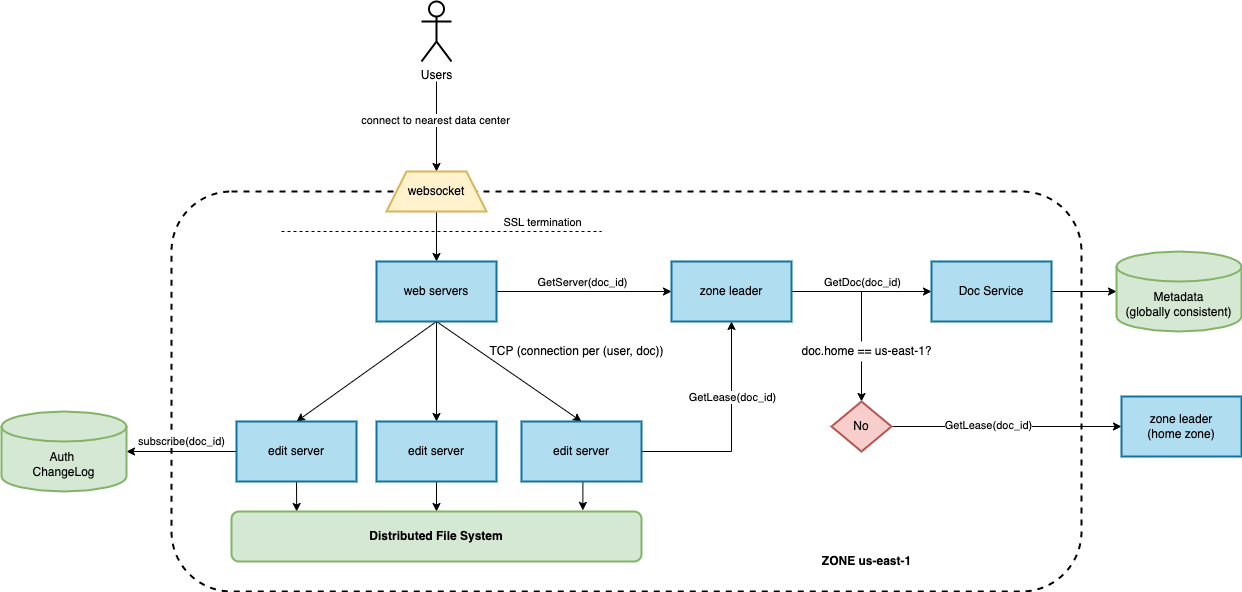
Above: diagrams/webdocs_edits.png in alexsteele/designs (draw.io), before the change. Source tidied: cells renumbered, new cells last; positions are measured from the earlier drawing's top-left corner, leaving out a move shared by most shapes.
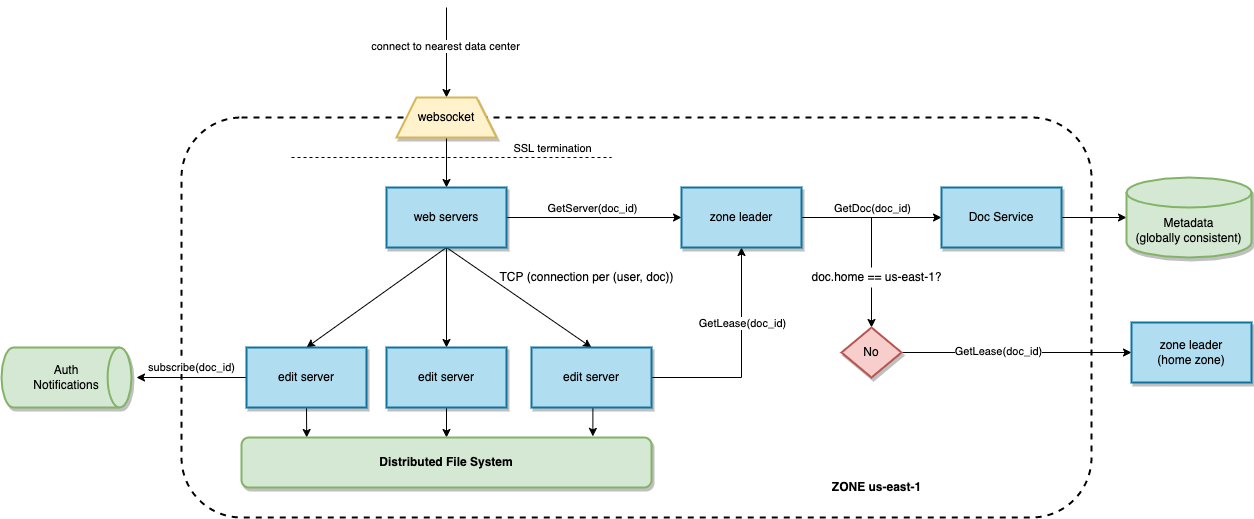
The same file after the commit.

Commit message:
Restyle webdocs

The edit, as a diff of the source:
```diff
@@ -5,7 +5,7 @@
     <mxCell id="2" style="rounded=1;whiteSpace=wrap;html=1;strokeWidth=2;verticalAlign=bottom;fontStyle=0;dashed=1;align=center;labelPosition=right;verticalLabelPosition=top;" parent="1" vertex="1">
       <mxGeometry x="170" y="190" width="910" height="400" as="geometry" />
     </mxCell>
-    <mxCell id="3" style="edgeStyle=none;rounded=0;jettySize=auto;html=1;entryX=0.5;entryY=0;entryDx=0;entryDy=0;" parent="1" edge="1" target="7">
+    <mxCell id="3" style="edgeStyle=none;rounded=0;jettySize=auto;html=1;entryX=0.5;entryY=0;entryDx=0;entryDy=0;" parent="1" edge="1" target="6">
       <mxGeometry relative="1" as="geometry">
         <mxPoint x="435" y="80" as="sourcePoint" />
       </mxGeometry>
@@ -13,122 +13,121 @@
     <mxCell id="4" value="connect to nearest data center" style="edgeLabel;html=1;align=center;verticalAlign=middle;" parent="3" vertex="1">
       <mxGeometry x="-0.15" y="-2" relative="1" as="geometry" />
     </mxCell>
-    <mxCell id="5" value="Users" style="shape=umlActor;verticalLabelPosition=bottom;verticalAlign=top;html=1;strokeColor=#000000;strokeWidth=2;" parent="1" vertex="1">
-      <mxGeometry x="420" width="30" height="60" as="geometry" />
+    <mxCell id="5" style="edgeStyle=none;rounded=0;jettySize=auto;html=1;exitX=0.5;exitY=1;exitDx=0;exitDy=0;entryX=0.5;entryY=0;entryDx=0;entryDy=0;" parent="1" edge="1" source="6" target="12">
+      <mxGeometry relative="1" as="geometry" />
     </mxCell>
-    <mxCell id="6" style="edgeStyle=none;rounded=0;jettySize=auto;html=1;exitX=0.5;exitY=1;exitDx=0;exitDy=0;entryX=0.5;entryY=0;entryDx=0;entryDy=0;" parent="1" edge="1" source="7" target="13">
-      <mxGeometry relative="1" as="geometry" />
+    <mxCell id="6" value="websocket" style="shape=trapezoid;perimeter=trapezoidPerimeter;whiteSpace=wrap;html=1;fixedSize=1;strokeColor=#d6b656;strokeWidth=2;fillColor=#fff2cc;shadow=1;" parent="1" vertex="1">
+      <mxGeometry x="385" y="170" width="100" height="40" as="geometry" />
     </mxCell>
-    <mxCell id="7" value="websocket" style="shape=trapezoid;perimeter=trapezoidPerimeter;whiteSpace=wrap;html=1;fixedSize=1;strokeColor=#d6b656;strokeWidth=2;fillColor=#fff2cc;" parent="1" vertex="1">
-      <mxGeometry x="385" y="170" width="100" height="40" as="geometry" />
+    <mxCell id="7" style="edgeStyle=none;rounded=0;jettySize=auto;html=1;exitX=1;exitY=0.5;exitDx=0;exitDy=0;entryX=0;entryY=0.5;entryDx=0;entryDy=0;" parent="1" edge="1" source="12" target="27">
+      <mxGeometry relative="1" as="geometry" />
     </mxCell>
-    <mxCell id="8" style="edgeStyle=none;rounded=0;jettySize=auto;html=1;exitX=1;exitY=0.5;exitDx=0;exitDy=0;entryX=0;entryY=0.5;entryDx=0;entryDy=0;" parent="1" edge="1" source="13" target="28">
-      <mxGeometry relative="1" as="geometry" />
+    <mxCell id="8" value="GetServer(doc_id)" style="edgeLabel;html=1;align=center;verticalAlign=middle;" parent="7" vertex="1">
+      <mxGeometry x="-0.17" y="2" relative="1" as="geometry">
+        <mxPoint x="12" y="-8" as="offset" />
+      </mxGeometry>
     </mxCell>
-    <mxCell id="9" value="GetServer(doc_id)" style="edgeLabel;html=1;align=center;verticalAlign=middle;" parent="8" vertex="1">
-      <mxGeometry x="-0.17" y="2" relative="1" as="geometry">
-        <mxPoint x="12" y="-8" as="offset" />
-      </mxGeometry>
+    <mxCell id="9" style="edgeStyle=none;rounded=0;jettySize=auto;html=1;exitX=0.5;exitY=1;exitDx=0;exitDy=0;" parent="1" edge="1" source="12" target="19">
+      <mxGeometry relative="1" as="geometry" />
     </mxCell>
-    <mxCell id="10" style="edgeStyle=none;rounded=0;jettySize=auto;html=1;exitX=0.5;exitY=1;exitDx=0;exitDy=0;" parent="1" edge="1" source="13" target="20">
+    <mxCell id="10" style="edgeStyle=none;rounded=0;jettySize=auto;html=1;exitX=0.5;exitY=1;exitDx=0;exitDy=0;entryX=0.5;entryY=0;entryDx=0;entryDy=0;" parent="1" edge="1" source="12" target="17">
       <mxGeometry relative="1" as="geometry" />
     </mxCell>
-    <mxCell id="11" style="edgeStyle=none;rounded=0;jettySize=auto;html=1;exitX=0.5;exitY=1;exitDx=0;exitDy=0;entryX=0.5;entryY=0;entryDx=0;entryDy=0;" parent="1" edge="1" source="13" target="18">
+    <mxCell id="11" style="edgeStyle=none;rounded=0;jettySize=auto;html=1;exitX=0.5;exitY=1;exitDx=0;exitDy=0;entryX=0.5;entryY=0;entryDx=0;entryDy=0;" parent="1" edge="1" source="12" target="23">
       <mxGeometry relative="1" as="geometry" />
     </mxCell>
-    <mxCell id="12" style="edgeStyle=none;rounded=0;jettySize=auto;html=1;exitX=0.5;exitY=1;exitDx=0;exitDy=0;entryX=0.5;entryY=0;entryDx=0;entryDy=0;" parent="1" edge="1" source="13" target="24">
-      <mxGeometry relative="1" as="geometry" />
+    <mxCell id="12" value="web servers" style="rounded=0;whiteSpace=wrap;html=1;fillColor=#b1ddf0;strokeColor=#10739e;strokeWidth=2;shadow=1;" parent="1" vertex="1">
+      <mxGeometry x="375" y="260" width="120" height="60" as="geometry" />
     </mxCell>
-    <mxCell id="13" value="web servers" style="rounded=0;whiteSpace=wrap;html=1;fillColor=#b1ddf0;strokeColor=#10739e;strokeWidth=2;" parent="1" vertex="1">
-      <mxGeometry x="375" y="260" width="120" height="60" as="geometry" />
+    <mxCell id="13" style="endArrow=none;dashed=1;html=1;rounded=0;" parent="1" edge="1">
+      <mxGeometry relative="1" as="geometry">
+        <mxPoint x="280" y="230" as="sourcePoint" />
+        <mxPoint x="600" y="230" as="targetPoint" />
+      </mxGeometry>
     </mxCell>
-    <mxCell id="14" style="endArrow=none;dashed=1;html=1;rounded=0;" parent="1" edge="1">
-      <mxGeometry relative="1" as="geometry">
-        <mxPoint x="280" y="230" as="sourcePoint" />
-        <mxPoint x="600" y="230" as="targetPoint" />
+    <mxCell id="14" value="SSL termination" style="edgeLabel;html=1;align=center;verticalAlign=middle;" parent="13" vertex="1">
+      <mxGeometry x="0.73" relative="1" as="geometry">
+        <mxPoint x="-17" y="-10" as="offset" />
       </mxGeometry>
     </mxCell>
-    <mxCell id="15" value="SSL termination" style="edgeLabel;html=1;align=center;verticalAlign=middle;" parent="14" vertex="1">
-      <mxGeometry x="0.73" relative="1" as="geometry">
-        <mxPoint x="-17" y="-10" as="offset" />
-      </mxGeometry>
+    <mxCell id="15" style="edgeStyle=orthogonalEdgeStyle;rounded=0;jettySize=auto;html=1;exitX=0.5;exitY=1;exitDx=0;exitDy=0;entryX=0.159;entryY=0;entryDx=0;entryDy=0;entryPerimeter=0;" parent="1" edge="1" source="17" target="29">
+      <mxGeometry relative="1" as="geometry" />
     </mxCell>
-    <mxCell id="16" style="edgeStyle=orthogonalEdgeStyle;rounded=0;jettySize=auto;html=1;exitX=0.5;exitY=1;exitDx=0;exitDy=0;entryX=0.159;entryY=0;entryDx=0;entryDy=0;entryPerimeter=0;" parent="1" edge="1" source="18" target="30">
-      <mxGeometry relative="1" as="geometry" />
+    <mxCell id="16" value="subscribe(doc_id)" style="edgeStyle=orthogonalEdgeStyle;rounded=0;jettySize=auto;html=1;exitX=0;exitY=0.5;exitDx=0;exitDy=0;" parent="1" edge="1" source="17">
+      <mxGeometry y="-10" relative="1" as="geometry">
+        <mxPoint x="125" y="450" as="targetPoint" />
+      </mxGeometry>
     </mxCell>
-    <mxCell id="17" value="subscribe(doc_id)" style="edgeStyle=orthogonalEdgeStyle;rounded=0;jettySize=auto;html=1;exitX=0;exitY=0.5;exitDx=0;exitDy=0;" parent="1" edge="1" source="18" target="40">
-      <mxGeometry y="-10" relative="1" as="geometry" />
+    <mxCell id="17" value="edit server" style="rounded=0;whiteSpace=wrap;html=1;fillColor=#b1ddf0;strokeColor=#10739e;strokeWidth=2;shadow=1;" parent="1" vertex="1">
+      <mxGeometry x="235" y="420" width="120" height="60" as="geometry" />
     </mxCell>
-    <mxCell id="18" value="edit server" style="rounded=0;whiteSpace=wrap;html=1;fillColor=#b1ddf0;strokeColor=#10739e;strokeWidth=2;" parent="1" vertex="1">
-      <mxGeometry x="235" y="420" width="120" height="60" as="geometry" />
+    <mxCell id="18" style="edgeStyle=orthogonalEdgeStyle;rounded=0;jettySize=auto;html=1;exitX=0.5;exitY=1;exitDx=0;exitDy=0;entryX=0.5;entryY=0;entryDx=0;entryDy=0;" parent="1" edge="1" source="19" target="29">
+      <mxGeometry relative="1" as="geometry" />
     </mxCell>
-    <mxCell id="19" style="edgeStyle=orthogonalEdgeStyle;rounded=0;jettySize=auto;html=1;exitX=0.5;exitY=1;exitDx=0;exitDy=0;entryX=0.5;entryY=0;entryDx=0;entryDy=0;" parent="1" edge="1" source="20" target="30">
-      <mxGeometry relative="1" as="geometry" />
+    <mxCell id="19" value="edit server" style="rounded=0;whiteSpace=wrap;html=1;fillColor=#b1ddf0;strokeColor=#10739e;strokeWidth=2;shadow=1;" parent="1" vertex="1">
+      <mxGeometry x="375" y="420" width="120" height="60" as="geometry" />
     </mxCell>
-    <mxCell id="20" value="edit server" style="rounded=0;whiteSpace=wrap;html=1;fillColor=#b1ddf0;strokeColor=#10739e;strokeWidth=2;" parent="1" vertex="1">
-      <mxGeometry x="375" y="420" width="120" height="60" as="geometry" />
+    <mxCell id="20" style="edgeStyle=orthogonalEdgeStyle;rounded=0;jettySize=auto;html=1;exitX=1;exitY=0.5;exitDx=0;exitDy=0;entryX=0.5;entryY=1;entryDx=0;entryDy=0;" parent="1" edge="1" source="23" target="27">
+      <mxGeometry relative="1" as="geometry" />
     </mxCell>
-    <mxCell id="21" style="edgeStyle=orthogonalEdgeStyle;rounded=0;jettySize=auto;html=1;exitX=1;exitY=0.5;exitDx=0;exitDy=0;entryX=0.5;entryY=1;entryDx=0;entryDy=0;" parent="1" edge="1" source="24" target="28">
-      <mxGeometry relative="1" as="geometry" />
+    <mxCell id="21" value="GetLease(doc_id)" style="edgeLabel;html=1;align=center;verticalAlign=middle;" parent="20" vertex="1">
+      <mxGeometry x="0.32" relative="1" as="geometry" />
     </mxCell>
-    <mxCell id="22" value="GetLease(doc_id)" style="edgeLabel;html=1;align=center;verticalAlign=middle;" parent="21" vertex="1">
-      <mxGeometry x="0.32" relative="1" as="geometry" />
+    <mxCell id="22" style="edgeStyle=orthogonalEdgeStyle;rounded=0;jettySize=auto;html=1;exitX=0.5;exitY=1;exitDx=0;exitDy=0;entryX=0.857;entryY=-0.022;entryDx=0;entryDy=0;entryPerimeter=0;" parent="1" edge="1" source="23" target="29">
+      <mxGeometry relative="1" as="geometry" />
     </mxCell>
-    <mxCell id="23" style="edgeStyle=orthogonalEdgeStyle;rounded=0;jettySize=auto;html=1;exitX=0.5;exitY=1;exitDx=0;exitDy=0;entryX=0.857;entryY=-0.022;entryDx=0;entryDy=0;entryPerimeter=0;" parent="1" edge="1" source="24" target="30">
-      <mxGeometry relative="1" as="geometry" />
+    <mxCell id="23" value="edit server" style="rounded=0;whiteSpace=wrap;html=1;fillColor=#b1ddf0;strokeColor=#10739e;strokeWidth=2;shadow=1;" parent="1" vertex="1">
+      <mxGeometry x="520" y="420" width="120" height="60" as="geometry" />
     </mxCell>
-    <mxCell id="24" value="edit server" style="rounded=0;whiteSpace=wrap;html=1;fillColor=#b1ddf0;strokeColor=#10739e;strokeWidth=2;" parent="1" vertex="1">
-      <mxGeometry x="520" y="420" width="120" height="60" as="geometry" />
+    <mxCell id="24" style="edgeStyle=orthogonalEdgeStyle;rounded=0;jettySize=auto;html=1;exitX=1;exitY=0.5;exitDx=0;exitDy=0;entryX=0;entryY=0.5;entryDx=0;entryDy=0;" parent="1" edge="1" source="27" target="31">
+      <mxGeometry relative="1" as="geometry" />
     </mxCell>
-    <mxCell id="25" style="edgeStyle=orthogonalEdgeStyle;rounded=0;jettySize=auto;html=1;exitX=1;exitY=0.5;exitDx=0;exitDy=0;entryX=0;entryY=0.5;entryDx=0;entryDy=0;" parent="1" edge="1" source="28" target="32">
-      <mxGeometry relative="1" as="geometry" />
+    <mxCell id="25" value="GetDoc(doc_id)" style="edgeLabel;html=1;align=center;verticalAlign=middle;" parent="24" vertex="1">
+      <mxGeometry x="-0.25" y="1" relative="1" as="geometry">
+        <mxPoint x="17" y="-9" as="offset" />
+      </mxGeometry>
     </mxCell>
-    <mxCell id="26" value="GetDoc(doc_id)" style="edgeLabel;html=1;align=center;verticalAlign=middle;" parent="25" vertex="1">
-      <mxGeometry x="-0.25" y="1" relative="1" as="geometry">
-        <mxPoint x="17" y="-9" as="offset" />
-      </mxGeometry>
+    <mxCell id="26" style="edgeStyle=orthogonalEdgeStyle;rounded=0;jettySize=auto;html=1;exitX=1;exitY=0.5;exitDx=0;exitDy=0;entryX=0.5;entryY=0;entryDx=0;entryDy=0;" parent="1" edge="1" source="27" target="35">
+      <mxGeometry relative="1" as="geometry" />
     </mxCell>
-    <mxCell id="27" style="edgeStyle=orthogonalEdgeStyle;rounded=0;jettySize=auto;html=1;exitX=1;exitY=0.5;exitDx=0;exitDy=0;entryX=0.5;entryY=0;entryDx=0;entryDy=0;" parent="1" edge="1" source="28" target="36">
-      <mxGeometry relative="1" as="geometry" />
+    <mxCell id="27" value="zone leader" style="rounded=0;whiteSpace=wrap;html=1;fillColor=#b1ddf0;strokeColor=#10739e;strokeWidth=2;shadow=1;" parent="1" vertex="1">
+      <mxGeometry x="670" y="260" width="120" height="60" as="geometry" />
     </mxCell>
-    <mxCell id="28" value="zone leader" style="rounded=0;whiteSpace=wrap;html=1;fillColor=#b1ddf0;strokeColor=#10739e;strokeWidth=2;" parent="1" vertex="1">
-      <mxGeometry x="670" y="260" width="120" height="60" as="geometry" />
+    <mxCell id="28" value="TCP (connection per (user, doc))" style="text;html=1;align=center;verticalAlign=middle;points=[];strokeColor=none;fillColor=none;" parent="1" vertex="1">
+      <mxGeometry x="480" y="340" width="190" height="20" as="geometry" />
     </mxCell>
-    <mxCell id="29" value="TCP (connection per (user, doc))" style="text;html=1;align=center;verticalAlign=middle;points=[];strokeColor=none;fillColor=none;" parent="1" vertex="1">
-      <mxGeometry x="480" y="340" width="190" height="20" as="geometry" />
+    <mxCell id="29" value="Distributed File System" style="rounded=1;whiteSpace=wrap;html=1;strokeColor=#82b366;strokeWidth=2;fillColor=#d5e8d4;verticalAlign=middle;fontStyle=1;shadow=1;" parent="1" vertex="1">
+      <mxGeometry x="230" y="510" width="410" height="50" as="geometry" />
     </mxCell>
-    <mxCell id="30" value="Distributed File System" style="rounded=1;whiteSpace=wrap;html=1;strokeColor=#82b366;strokeWidth=2;fillColor=#d5e8d4;verticalAlign=middle;fontStyle=1;" parent="1" vertex="1">
-      <mxGeometry x="230" y="510" width="410" height="50" as="geometry" />
+    <mxCell id="30" style="edgeStyle=orthogonalEdgeStyle;rounded=0;jettySize=auto;html=1;exitX=1;exitY=0.5;exitDx=0;exitDy=0;entryX=0;entryY=0.5;entryDx=0;entryDy=0;entryPerimeter=0;" parent="1" edge="1" source="31" target="38">
+      <mxGeometry relative="1" as="geometry" />
     </mxCell>
-    <mxCell id="31" style="edgeStyle=orthogonalEdgeStyle;rounded=0;jettySize=auto;html=1;exitX=1;exitY=0.5;exitDx=0;exitDy=0;entryX=0;entryY=0.5;entryDx=0;entryDy=0;entryPerimeter=0;" parent="1" edge="1" source="32" target="39">
-      <mxGeometry relative="1" as="geometry" />
+    <mxCell id="31" value="Doc Service" style="rounded=0;whiteSpace=wrap;html=1;fillColor=#b1ddf0;strokeColor=#10739e;strokeWidth=2;shadow=1;" parent="1" vertex="1">
+      <mxGeometry x="930" y="260" width="120" height="60" as="geometry" />
     </mxCell>
-    <mxCell id="32" value="Doc Service" style="rounded=0;whiteSpace=wrap;html=1;fillColor=#b1ddf0;strokeColor=#10739e;strokeWidth=2;" parent="1" vertex="1">
-      <mxGeometry x="930" y="260" width="120" height="60" as="geometry" />
+    <mxCell id="32" value="&lt;b&gt;ZONE us-east-1&lt;/b&gt;" style="text;html=1;align=center;verticalAlign=middle;points=[];strokeColor=none;fillColor=none;" parent="1" vertex="1">
+      <mxGeometry x="815" y="550" width="100" height="20" as="geometry" />
     </mxCell>
-    <mxCell id="33" value="&lt;b&gt;ZONE us-east-1&lt;/b&gt;" style="text;html=1;align=center;verticalAlign=middle;strokeColor=none;fillColor=none;" parent="1" vertex="1">
-      <mxGeometry x="815" y="550" width="100" height="20" as="geometry" />
+    <mxCell id="33" style="edgeStyle=orthogonalEdgeStyle;rounded=0;jettySize=auto;html=1;exitX=1;exitY=0.5;exitDx=0;exitDy=0;" parent="1" edge="1" source="35" target="37">
+      <mxGeometry relative="1" as="geometry" />
     </mxCell>
-    <mxCell id="34" style="edgeStyle=orthogonalEdgeStyle;rounded=0;jettySize=auto;html=1;exitX=1;exitY=0.5;exitDx=0;exitDy=0;" parent="1" edge="1" source="36" target="38">
-      <mxGeometry relative="1" as="geometry" />
+    <mxCell id="34" value="GetLease(doc_id)" style="edgeLabel;html=1;align=center;verticalAlign=middle;" parent="33" vertex="1">
+      <mxGeometry x="-0.17" y="2" relative="1" as="geometry" />
     </mxCell>
-    <mxCell id="35" value="GetLease(doc_id)" style="edgeLabel;html=1;align=center;verticalAlign=middle;points=[];" parent="34" vertex="1">
-      <mxGeometry x="-0.17" y="2" relative="1" as="geometry" />
+    <mxCell id="35" value="No" style="rhombus;whiteSpace=wrap;html=1;strokeColor=#b85450;strokeWidth=2;fillColor=#f8cecc;shadow=1;" parent="1" vertex="1">
+      <mxGeometry x="830" y="400" width="60" height="50" as="geometry" />
     </mxCell>
-    <mxCell id="36" value="No" style="rhombus;whiteSpace=wrap;html=1;strokeColor=#b85450;strokeWidth=2;fillColor=#f8cecc;" parent="1" vertex="1">
-      <mxGeometry x="830" y="400" width="60" height="50" as="geometry" />
+    <mxCell id="36" value="doc.home == us-east-1?" style="text;html=1;align=center;verticalAlign=middle;points=[];strokeColor=none;fillColor=default;" parent="1" vertex="1">
+      <mxGeometry x="790" y="340" width="150" height="20" as="geometry" />
     </mxCell>
-    <mxCell id="37" value="doc.home == us-east-1?" style="text;html=1;align=center;verticalAlign=middle;points=[];strokeColor=none;fillColor=default;" parent="1" vertex="1">
-      <mxGeometry x="790" y="340" width="150" height="20" as="geometry" />
+    <mxCell id="37" value="zone leader&lt;br&gt;(home zone)" style="rounded=0;whiteSpace=wrap;html=1;fillColor=#b1ddf0;strokeColor=#10739e;strokeWidth=2;shadow=1;" parent="1" vertex="1">
+      <mxGeometry x="1120" y="395" width="120" height="60" as="geometry" />
     </mxCell>
-    <mxCell id="38" value="zone leader&lt;br&gt;(home zone)" style="rounded=0;whiteSpace=wrap;html=1;fillColor=#b1ddf0;strokeColor=#10739e;strokeWidth=2;" parent="1" vertex="1">
-      <mxGeometry x="1120" y="395" width="120" height="60" as="geometry" />
+    <mxCell id="38" value="Metadata&lt;br&gt;(globally consistent)" style="shape=cylinder3;whiteSpace=wrap;html=1;boundedLbl=1;backgroundOutline=1;size=15;strokeColor=#82b366;strokeWidth=2;fillColor=#d5e8d4;shadow=1;" parent="1" vertex="1">
+      <mxGeometry x="1115" y="250" width="125" height="80" as="geometry" />
     </mxCell>
-    <mxCell id="39" value="Metadata&lt;br&gt;(globally consistent)" style="shape=cylinder3;whiteSpace=wrap;html=1;boundedLbl=1;backgroundOutline=1;size=15;strokeColor=#82b366;strokeWidth=2;fillColor=#d5e8d4;" parent="1" vertex="1">
-      <mxGeometry x="1115" y="250" width="125" height="80" as="geometry" />
+    <mxCell id="39" value="Auth&lt;br&gt;Notifications" style="strokeWidth=2;html=1;shape=mxgraph.flowchart.direct_data;whiteSpace=wrap;fillColor=#d5e8d4;strokeColor=#82b366;shadow=1;" parent="1" vertex="1">
+      <mxGeometry x="-10" y="420" width="130" height="60" as="geometry" />
     </mxCell>
-    <mxCell id="40" value="Auth&amp;nbsp;&lt;br&gt;ChangeLog" style="shape=cylinder3;whiteSpace=wrap;html=1;boundedLbl=1;backgroundOutline=1;size=15;strokeColor=#82b366;strokeWidth=2;fillColor=#d5e8d4;" parent="1" vertex="1">
-      <mxGeometry y="410" width="125" height="80" as="geometry" />
-    </mxCell>
   </root>
 </mxGraphModel>
```
